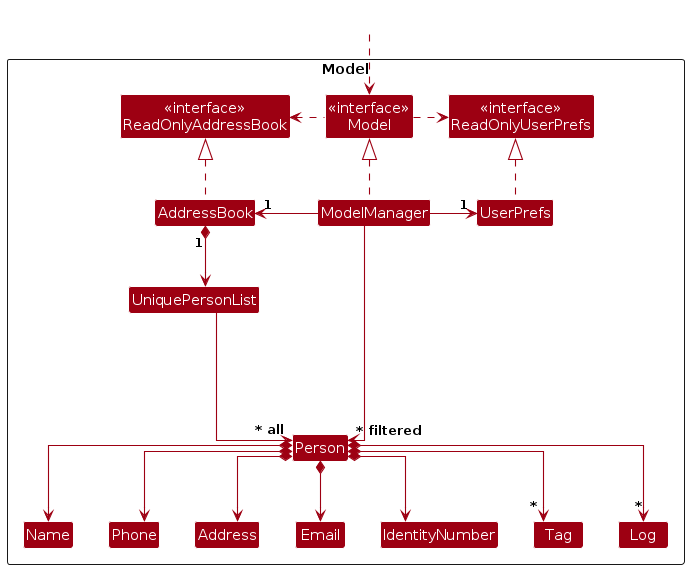
This is diagrams/ModelClassDiagram.png from AY2425S1-CS2103T-W13-3/tp, a PlantUML export, as it was before one commit. Its source is kept beside it as diagrams/ModelClassDiagram.puml.
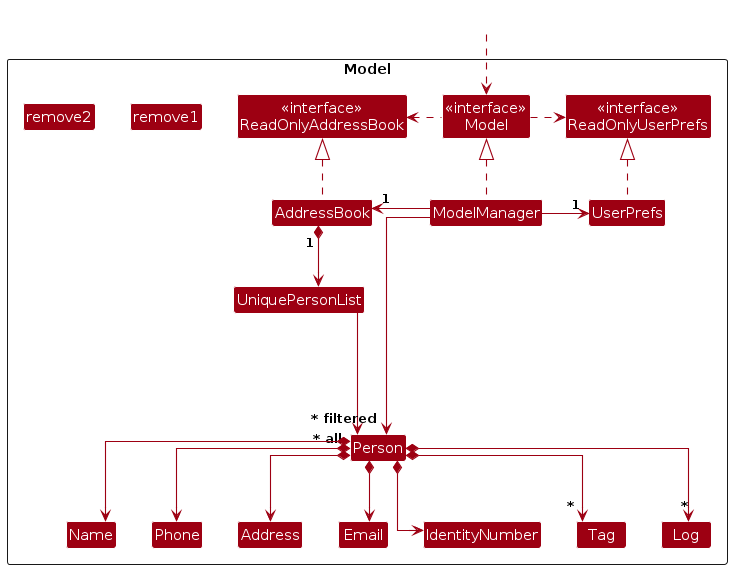
The same file after the commit.

What changed in the source:
```diff
@@ -22,6 +22,9 @@
 Class Phone
 Class Log
 Class Tag
+
+Class remove1
+Class remove2
 
 Class I #FFFFFF
 }
```
